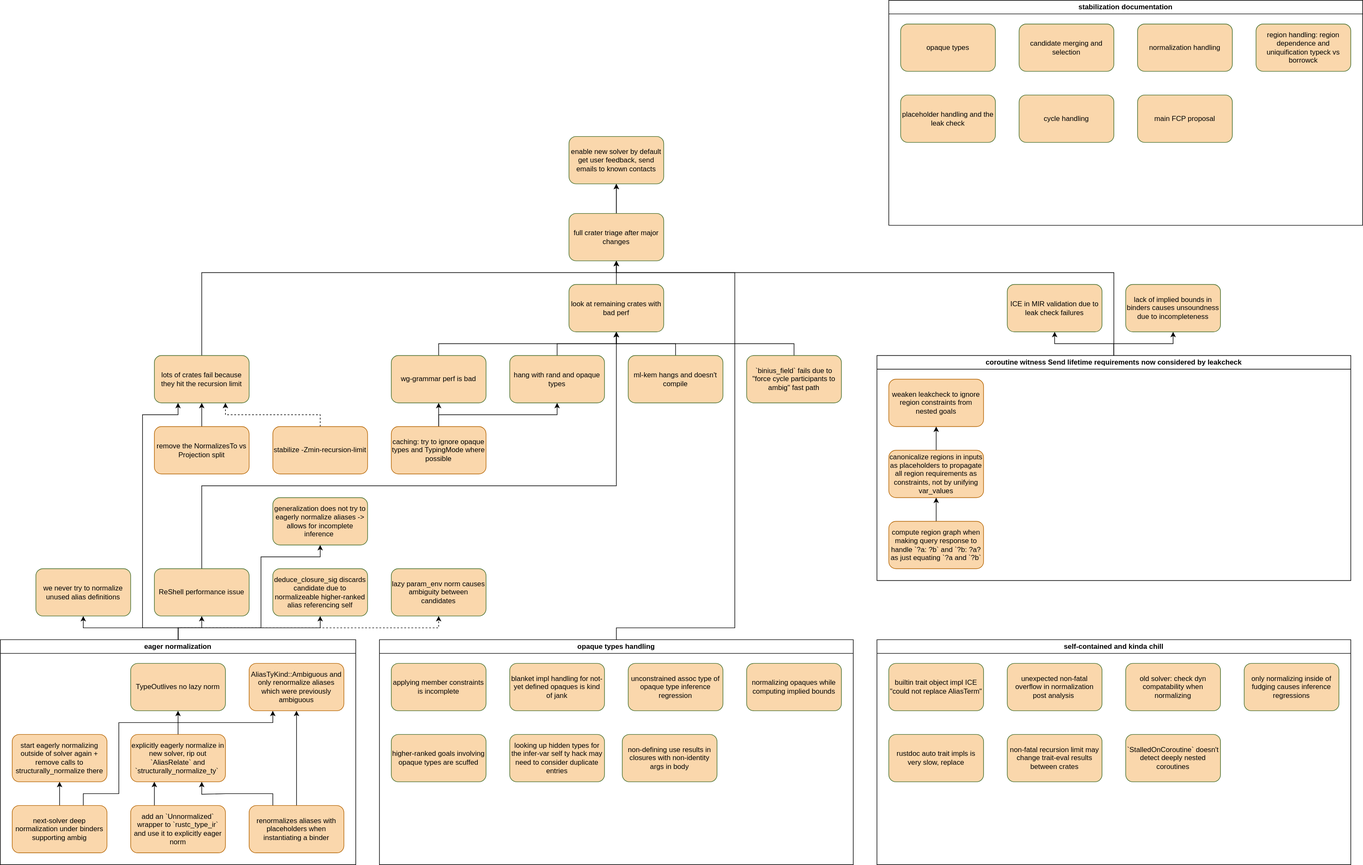
Above: next-solver.svg in hexcatnl/roadmap (draw.io), before the change. Source tidied: cells renumbered, new cells last; positions are measured from the earlier drawing's top-left corner, leaving out a move shared by most shapes.
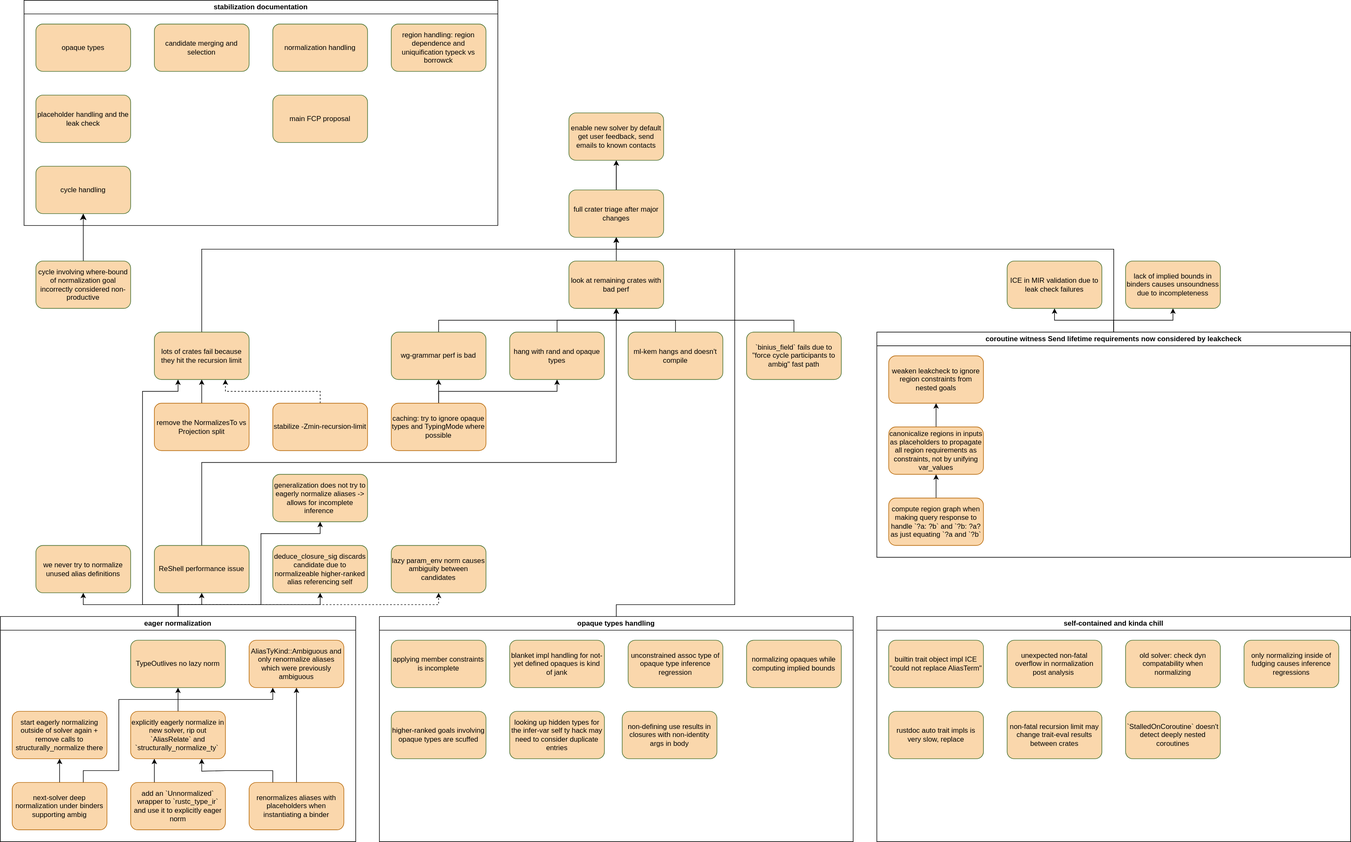
Later version of the same file.

Commit message:
cycle handling exists :'(

Diff of the diagram source:
```diff
@@ -123,7 +123,7 @@
       <mxGeometry x="60" y="960" width="160" height="80" as="geometry" />
     </mxCell>
     <mxCell id="32" value="&lt;a href=&quot;https://hackmd.io/7VnJO-qnSleVaMYZKyOGkA&quot;&gt;stabilization documentation&lt;/a&gt;" style="swimlane;whiteSpace=wrap;html=1;startSize=23;" parent="1" vertex="1">
-      <mxGeometry x="1500" width="800" height="380" as="geometry" />
+      <mxGeometry x="40" y="40" width="800" height="380" as="geometry" />
     </mxCell>
     <mxCell id="33" value="opaque types" style="rounded=1;whiteSpace=wrap;html=1;fillColor=light-dark(#FAD7AC,#446E2C);strokeColor=light-dark(#446E2C,#D7817E);" parent="32" vertex="1">
       <mxGeometry x="20" y="40" width="160" height="80" as="geometry" />
@@ -141,7 +141,7 @@
       <mxGeometry x="20" y="160" width="160" height="80" as="geometry" />
     </mxCell>
     <mxCell id="38" value="cycle handling" style="rounded=1;whiteSpace=wrap;html=1;fillColor=light-dark(#FAD7AC,#446E2C);strokeColor=light-dark(#446E2C,#D7817E);" parent="32" vertex="1">
-      <mxGeometry x="220" y="160" width="160" height="80" as="geometry" />
+      <mxGeometry x="20" y="280" width="160" height="80" as="geometry" />
     </mxCell>
     <mxCell id="39" value="main FCP proposal" style="rounded=1;whiteSpace=wrap;html=1;fillColor=light-dark(#FAD7AC,#446E2C);strokeColor=light-dark(#446E2C,#D7817E);" parent="32" vertex="1">
       <mxGeometry x="420" y="160" width="160" height="80" as="geometry" />
@@ -303,5 +303,16 @@
     <mxCell id="86" value="&lt;a href=&quot;https://github.com/rust-lang/trait-system-refactor-initiative/issues/262&quot;&gt;generalization does not try to eagerly normalize aliases -&amp;gt; allows for incomplete inference&amp;nbsp;&lt;/a&gt;" style="rounded=1;whiteSpace=wrap;html=1;fillColor=light-dark(#FAD7AC,#446E2C);strokeColor=light-dark(#446E2C,#D7817E);" parent="1" vertex="1">
       <mxGeometry x="460" y="840" width="160" height="80" as="geometry" />
     </mxCell>
+    <mxCell id="87" style="edgeStyle=orthogonalEdgeStyle;rounded=0;jettySize=auto;html=1;exitX=0.5;exitY=0;exitDx=0;exitDy=0;entryX=0.5;entryY=1;entryDx=0;entryDy=0;fontSize=12;startSize=8;endSize=8;" parent="1" edge="1" source="88" target="38">
+      <mxGeometry relative="1" as="geometry">
+        <Array as="points">
+          <mxPoint x="140" y="410" />
+          <mxPoint x="140" y="410" />
+        </Array>
+      </mxGeometry>
+    </mxCell>
+    <mxCell id="88" value="&lt;a href=&quot;https://github.com/rust-lang/trait-system-refactor-initiative/issues/273&quot;&gt;cycle involving where-bound of normalization goal incorrectly considered non-productive&lt;/a&gt;" style="rounded=1;whiteSpace=wrap;html=1;fillColor=light-dark(#FAD7AC,#446E2C);strokeColor=light-dark(#446E2C,#D7817E);" parent="1" vertex="1">
+      <mxGeometry x="60" y="480" width="160" height="80" as="geometry" />
+    </mxCell>
   </root>
 </mxGraphModel>
```
